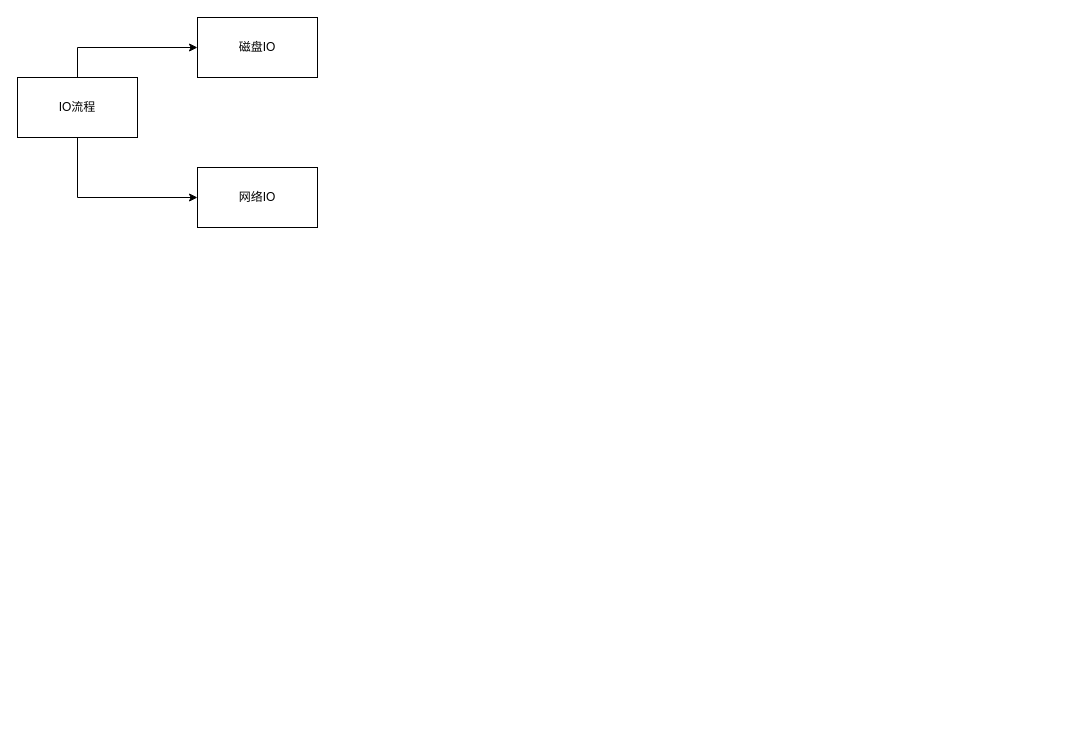
spinnoza/diagrams keeps this draw.io diagram as nginx.drawio. Above is the earlier version. Source tidied: cells renumbered, new cells numbered last; positions are measured from the earlier drawing's top-left corner, leaving out a move shared by most shapes. Both pictures are drawn from the tidied source at 100%, with x=0, y=0 at pixel (17, 17).
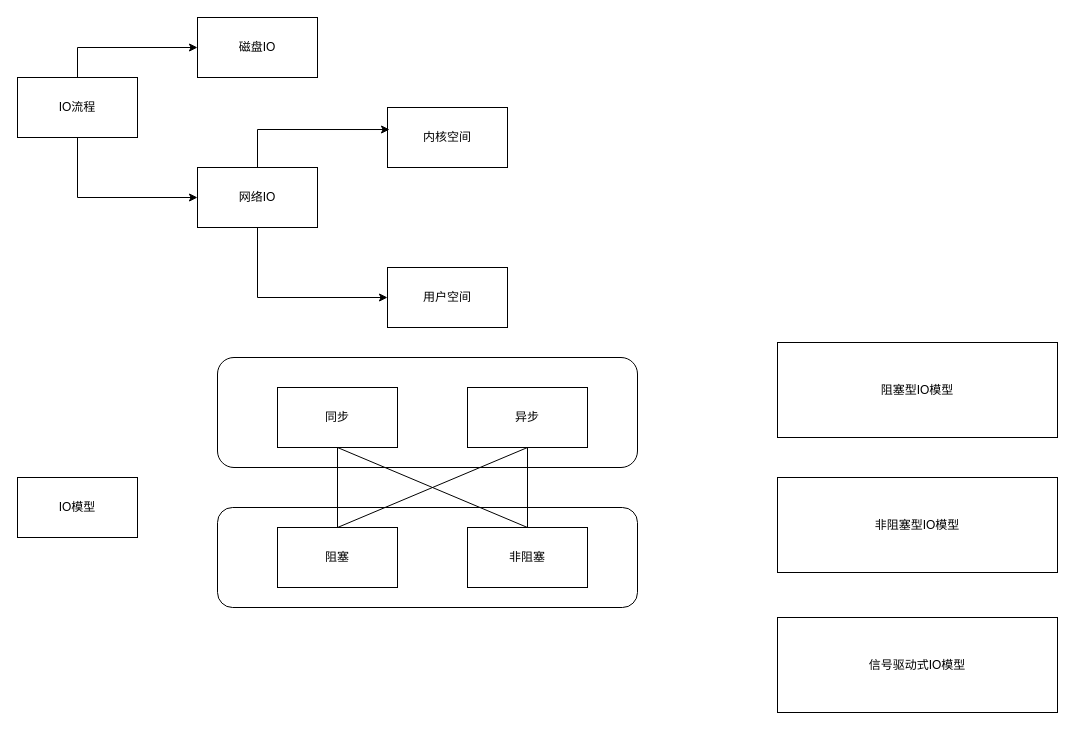
The same page after the edit.

Unchanged cells that the change refers to:
```xml
<mxCell id="6" style="rounded=0;whiteSpace=wrap;html=1;" parent="5" vertex="1">
  <mxGeometry width="120" height="60" as="geometry" />
</mxCell>
```

The edit, as a diff of the source:
```diff
@@
+    <mxCell id="13" style="group;" parent="1" vertex="1">
+      <mxGeometry x="370" y="90" width="120" height="60" as="geometry" />
+    </mxCell>
+    <mxCell id="14" style="rounded=0;whiteSpace=wrap;html=1;" parent="13" vertex="1">
+      <mxGeometry width="120" height="60" as="geometry" />
+    </mxCell>
+    <mxCell id="15" value="内核空间" style="text;html=1;strokeColor=none;fillColor=none;align=center;verticalAlign=middle;whiteSpace=wrap;rounded=0;" parent="13" vertex="1">
+      <mxGeometry x="30" y="15" width="60" height="30" as="geometry" />
+    </mxCell>
+    <mxCell id="16" style="group;" parent="1" vertex="1">
+      <mxGeometry x="370" y="250" width="120" height="60" as="geometry" />
+    </mxCell>
+    <mxCell id="17" style="rounded=0;whiteSpace=wrap;html=1;" parent="16" vertex="1">
+      <mxGeometry width="120" height="60" as="geometry" />
+    </mxCell>
+    <mxCell id="18" value="用户空间" style="text;html=1;strokeColor=none;fillColor=none;align=center;verticalAlign=middle;whiteSpace=wrap;rounded=0;" parent="16" vertex="1">
+      <mxGeometry x="30" y="15" width="60" height="30" as="geometry" />
+    </mxCell>
+    <mxCell id="19" style="edgeStyle=orthogonalEdgeStyle;rounded=0;jettySize=auto;html=1;exitX=0.5;exitY=0;exitDx=0;exitDy=0;entryX=0.017;entryY=0.367;entryDx=0;entryDy=0;entryPerimeter=0;" parent="1" edge="1" source="6" target="14">
+      <mxGeometry relative="1" as="geometry" />
+    </mxCell>
+    <mxCell id="20" style="edgeStyle=orthogonalEdgeStyle;rounded=0;jettySize=auto;html=1;exitX=0.5;exitY=1;exitDx=0;exitDy=0;entryX=0;entryY=0.5;entryDx=0;entryDy=0;" parent="1" edge="1" source="6" target="17">
+      <mxGeometry relative="1" as="geometry" />
+    </mxCell>
+    <mxCell id="21" style="group;" parent="1" vertex="1">
+      <mxGeometry y="460" width="120" height="60" as="geometry" />
+    </mxCell>
+    <mxCell id="22" style="rounded=0;whiteSpace=wrap;html=1;" parent="21" vertex="1">
+      <mxGeometry width="120" height="60" as="geometry" />
+    </mxCell>
+    <mxCell id="23" value="IO模型" style="text;html=1;strokeColor=none;fillColor=none;align=center;verticalAlign=middle;whiteSpace=wrap;rounded=0;" parent="21" vertex="1">
+      <mxGeometry x="30" y="15" width="60" height="30" as="geometry" />
+    </mxCell>
+    <mxCell id="24" style="rounded=1;whiteSpace=wrap;html=1;" parent="1" vertex="1">
+      <mxGeometry x="200" y="340" width="420" height="110" as="geometry" />
+    </mxCell>
+    <mxCell id="25" style="group;" parent="1" vertex="1">
+      <mxGeometry x="450" y="370" width="120" height="60" as="geometry" />
+    </mxCell>
+    <mxCell id="26" style="rounded=0;whiteSpace=wrap;html=1;" parent="25" vertex="1">
+      <mxGeometry width="120" height="60" as="geometry" />
+    </mxCell>
+    <mxCell id="27" value="异步" style="text;html=1;strokeColor=none;fillColor=none;align=center;verticalAlign=middle;whiteSpace=wrap;rounded=0;" parent="25" vertex="1">
+      <mxGeometry x="30" y="15" width="60" height="30" as="geometry" />
+    </mxCell>
+    <mxCell id="28" style="group;" parent="1" vertex="1">
+      <mxGeometry x="260" y="370" width="120" height="60" as="geometry" />
+    </mxCell>
+    <mxCell id="29" style="rounded=0;whiteSpace=wrap;html=1;" parent="28" vertex="1">
+      <mxGeometry width="120" height="60" as="geometry" />
+    </mxCell>
+    <mxCell id="30" value="同步" style="text;html=1;strokeColor=none;fillColor=none;align=center;verticalAlign=middle;whiteSpace=wrap;rounded=0;" parent="28" vertex="1">
+      <mxGeometry x="30" y="15" width="60" height="30" as="geometry" />
+    </mxCell>
+    <mxCell id="31" style="rounded=1;whiteSpace=wrap;html=1;" parent="1" vertex="1">
+      <mxGeometry x="200" y="490" width="420" height="100" as="geometry" />
+    </mxCell>
+    <mxCell id="32" value="非阻塞" style="rounded=0;whiteSpace=wrap;html=1;" parent="1" vertex="1">
+      <mxGeometry x="450" y="510" width="120" height="60" as="geometry" />
+    </mxCell>
+    <mxCell id="33" value="阻塞" style="rounded=0;whiteSpace=wrap;html=1;" parent="1" vertex="1">
+      <mxGeometry x="260" y="510" width="120" height="60" as="geometry" />
+    </mxCell>
+    <mxCell id="34" style="endArrow=none;html=1;rounded=0;exitX=0.5;exitY=0;exitDx=0;exitDy=0;" parent="1" edge="1" source="32">
+      <mxGeometry relative="1" as="geometry">
+        <mxPoint x="320" y="430" as="targetPoint" />
+      </mxGeometry>
+    </mxCell>
+    <mxCell id="35" style="endArrow=none;html=1;rounded=0;exitX=0.5;exitY=0;exitDx=0;exitDy=0;entryX=0.5;entryY=1;entryDx=0;entryDy=0;" parent="1" edge="1" source="33" target="29">
+      <mxGeometry relative="1" as="geometry" />
+    </mxCell>
+    <mxCell id="36" style="endArrow=none;html=1;rounded=0;exitX=0.5;exitY=0;exitDx=0;exitDy=0;" parent="1" edge="1" source="32">
+      <mxGeometry relative="1" as="geometry">
+        <mxPoint x="510" y="430" as="targetPoint" />
+      </mxGeometry>
+    </mxCell>
+    <mxCell id="37" style="endArrow=none;html=1;rounded=0;exitX=0.5;exitY=0;exitDx=0;exitDy=0;entryX=0.5;entryY=1;entryDx=0;entryDy=0;" parent="1" edge="1" source="33" target="26">
+      <mxGeometry relative="1" as="geometry" />
+    </mxCell>
+    <mxCell id="38" style="group;" parent="1" vertex="1">
+      <mxGeometry x="760" y="325" width="280" height="95" as="geometry" />
+    </mxCell>
+    <mxCell id="39" style="rounded=0;whiteSpace=wrap;html=1;" parent="38" vertex="1">
+      <mxGeometry width="280" height="95" as="geometry" />
+    </mxCell>
+    <mxCell id="40" value="阻塞型IO模型" style="text;html=1;strokeColor=none;fillColor=none;align=center;verticalAlign=middle;whiteSpace=wrap;rounded=0;" parent="38" vertex="1">
+      <mxGeometry x="85" y="32.5" width="110" height="30" as="geometry" />
+    </mxCell>
+    <mxCell id="41" style="group;" parent="1" vertex="1">
+      <mxGeometry x="760" y="460" width="280" height="95" as="geometry" />
+    </mxCell>
+    <mxCell id="42" style="rounded=0;whiteSpace=wrap;html=1;" parent="41" vertex="1">
+      <mxGeometry width="280" height="95" as="geometry" />
+    </mxCell>
+    <mxCell id="43" value="非阻塞型IO模型" style="text;html=1;strokeColor=none;fillColor=none;align=center;verticalAlign=middle;whiteSpace=wrap;rounded=0;" parent="41" vertex="1">
+      <mxGeometry x="85" y="32.5" width="110" height="30" as="geometry" />
+    </mxCell>
+    <mxCell id="44" style="group;" parent="1" vertex="1">
+      <mxGeometry x="760" y="600" width="280" height="95" as="geometry" />
+    </mxCell>
+    <mxCell id="45" style="rounded=0;whiteSpace=wrap;html=1;" parent="44" vertex="1">
+      <mxGeometry width="280" height="95" as="geometry" />
+    </mxCell>
+    <mxCell id="46" value="信号驱动式IO模型" style="text;html=1;strokeColor=none;fillColor=none;align=center;verticalAlign=middle;whiteSpace=wrap;rounded=0;" parent="44" vertex="1">
+      <mxGeometry x="85" y="32.5" width="110" height="30" as="geometry" />
+    </mxCell>
```
